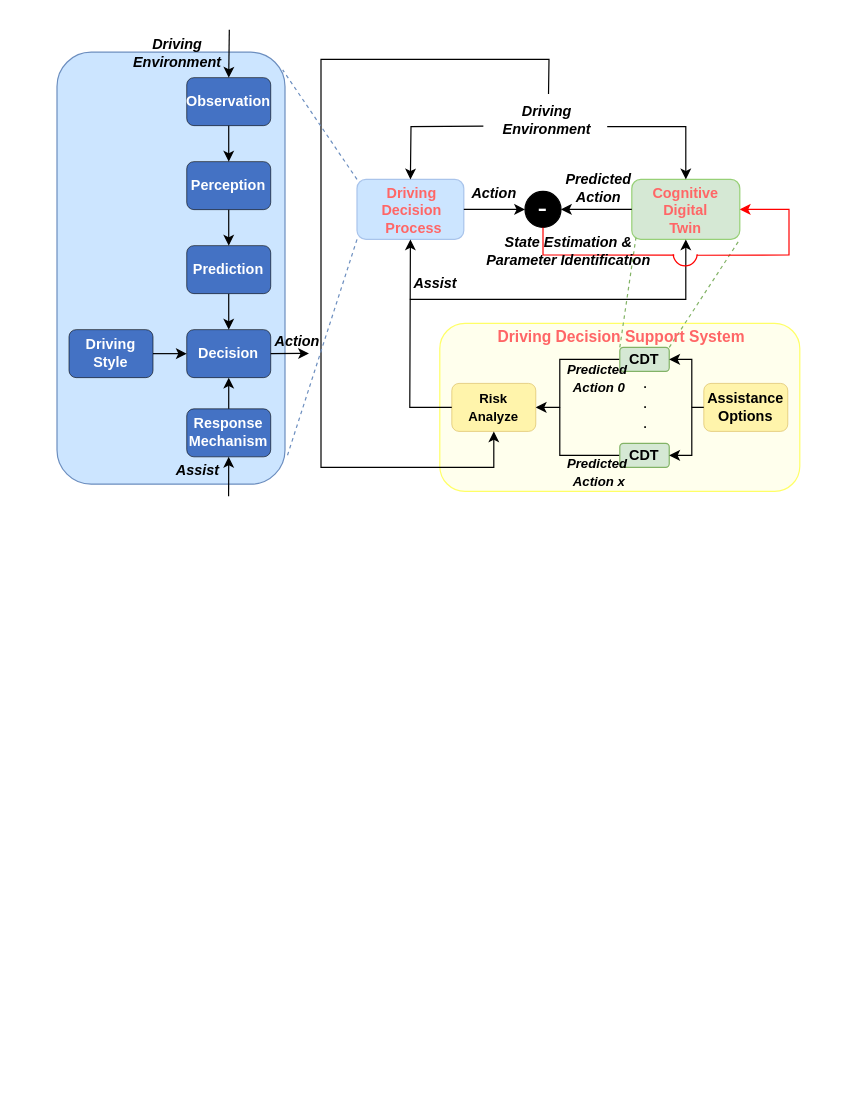
Earlier version of the draw.io diagram page "CDAS-O overview new" (6 of 12) of CDAS-O.drawio (SlidingEagle/draw.io). Source tidied: cells renumbered, new cells numbered last; positions are measured from the earlier drawing's top-left corner, leaving out a move shared by most shapes. Both pictures are drawn from the tidied source at 120%, with x=0, y=0 at pixel (56, 29).
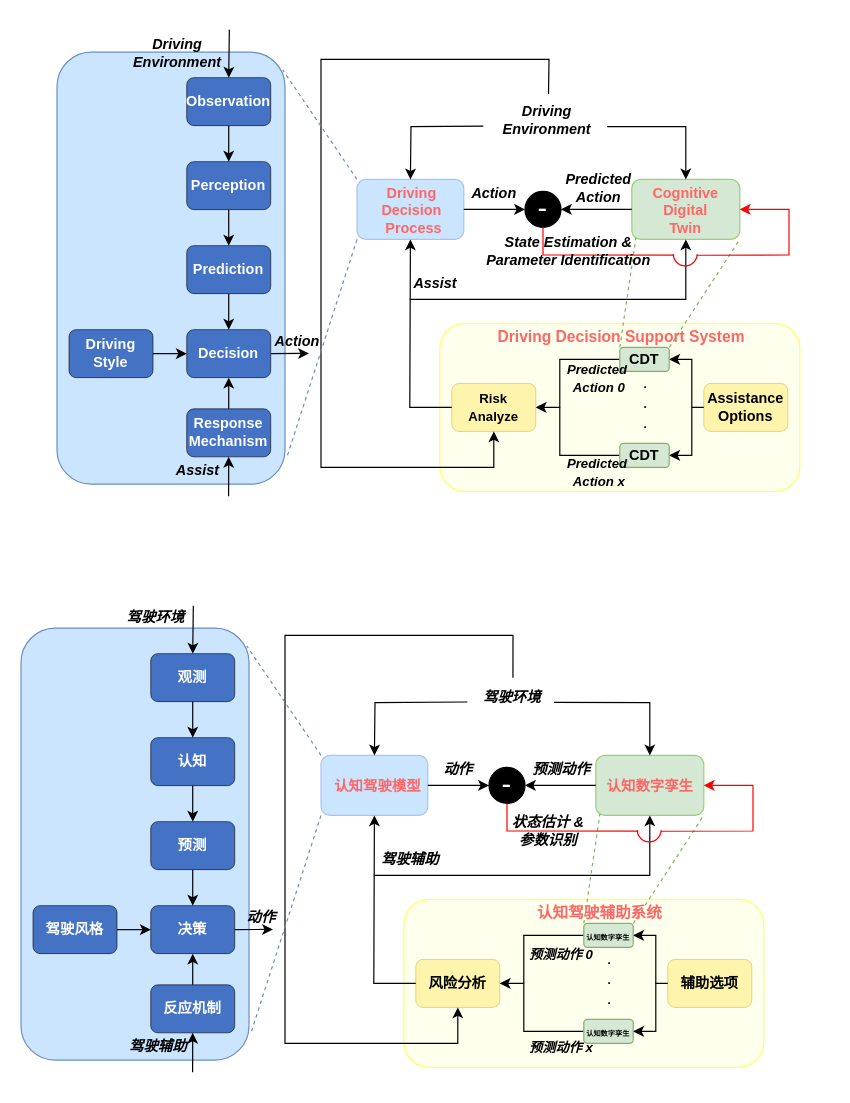
After the change.

What changed in the source:
```diff
@@
+    <mxCell id="57" style="rounded=1;whiteSpace=wrap;html=1;fillColor=#CCE5FF;strokeColor=#A9C4EB;" parent="1" vertex="1">
+      <mxGeometry x="220" y="605" width="89" height="50" as="geometry" />
+    </mxCell>
+    <mxCell id="58" style="rounded=1;whiteSpace=wrap;html=1;fillColor=#d5e8d4;strokeColor=#97D077;" parent="1" vertex="1">
+      <mxGeometry x="449" y="605" width="90" height="50" as="geometry" />
+    </mxCell>
+    <mxCell id="59" style="endArrow=classic;html=1;rounded=0;exitX=1;exitY=0.5;exitDx=0;exitDy=0;entryX=0;entryY=0.5;entryDx=0;entryDy=0;" parent="1" edge="1" source="57" target="60">
+      <mxGeometry relative="1" as="geometry" />
+    </mxCell>
+    <mxCell id="60" value="&lt;font color=&quot;#ffffff&quot; style=&quot;font-size: 24px;&quot;&gt;-&lt;/font&gt;" style="ellipse;whiteSpace=wrap;html=1;strokeColor=#000000;fillColor=#000000;" parent="1" vertex="1">
+      <mxGeometry x="360" y="615" width="30" height="30" as="geometry" />
+    </mxCell>
+    <mxCell id="61" style="rounded=1;whiteSpace=wrap;html=1;fillColor=#FFFFED;strokeColor=#FFFF66;" parent="1" vertex="1">
+      <mxGeometry x="289" y="725" width="300" height="140" as="geometry" />
+    </mxCell>
+    <mxCell id="62" value="&lt;b style=&quot;&quot;&gt;&lt;font style=&quot;font-size: 12px;&quot;&gt;风险分析&lt;/font&gt;&lt;/b&gt;" style="rounded=1;whiteSpace=wrap;html=1;fillColor=#FFF4AB;strokeWidth=0.5;strokeColor=#d6b656;" parent="1" vertex="1">
+      <mxGeometry x="299" y="775" width="70" height="40" as="geometry" />
+    </mxCell>
+    <mxCell id="63" style="endArrow=none;dashed=1;html=1;rounded=0;exitX=0;exitY=0;exitDx=0;exitDy=0;entryX=0.038;entryY=0.975;entryDx=0;entryDy=0;entryPerimeter=0;fillColor=#d5e8d4;strokeColor=#82b366;" parent="1" edge="1" source="72" target="58">
+      <mxGeometry relative="1" as="geometry" />
+    </mxCell>
+    <mxCell id="64" style="endArrow=none;dashed=1;html=1;rounded=0;exitX=1;exitY=0;exitDx=0;exitDy=0;fillColor=#d5e8d4;strokeColor=#82b366;entryX=1;entryY=1;entryDx=0;entryDy=0;" parent="1" edge="1" source="72" target="58">
+      <mxGeometry relative="1" as="geometry" />
+    </mxCell>
+    <mxCell id="65" value="&lt;font style=&quot;font-size: 14px;&quot;&gt;.&lt;br&gt;.&lt;br&gt;.&lt;/font&gt;" style="text;html=1;align=center;verticalAlign=middle;strokeColor=none;fillColor=none;" parent="1" vertex="1">
+      <mxGeometry x="445.2" y="761" width="30" height="60" as="geometry" />
+    </mxCell>
+    <mxCell id="66" style="endArrow=none;html=1;rounded=0;entryX=0;entryY=0.5;entryDx=0;entryDy=0;" parent="1" edge="1" target="73">
+      <mxGeometry relative="1" as="geometry">
+        <mxPoint x="389" y="795" as="sourcePoint" />
+        <Array as="points">
+          <mxPoint x="389" y="835" />
+        </Array>
+      </mxGeometry>
+    </mxCell>
+    <mxCell id="67" style="endArrow=classic;html=1;rounded=0;entryX=0.5;entryY=1;entryDx=0;entryDy=0;exitX=0;exitY=0.5;exitDx=0;exitDy=0;" parent="1" edge="1" source="62" target="57">
+      <mxGeometry relative="1" as="geometry">
+        <Array as="points">
+          <mxPoint x="264" y="795" />
+        </Array>
+      </mxGeometry>
+    </mxCell>
+    <mxCell id="68" style="endArrow=classic;html=1;rounded=0;entryX=1;entryY=0.5;entryDx=0;entryDy=0;exitX=0;exitY=0.5;exitDx=0;exitDy=0;" parent="1" edge="1" source="72" target="62">
+      <mxGeometry relative="1" as="geometry">
+        <Array as="points">
+          <mxPoint x="389" y="755" />
+          <mxPoint x="389" y="795" />
+        </Array>
+      </mxGeometry>
+    </mxCell>
+    <mxCell id="69" value="&lt;i&gt;&lt;b&gt;驾驶辅助&lt;/b&gt;&lt;/i&gt;" style="text;html=1;align=center;verticalAlign=middle;strokeColor=none;fillColor=none;" parent="1" vertex="1">
+      <mxGeometry x="259" y="677" width="70" height="30" as="geometry" />
+    </mxCell>
+    <mxCell id="70" value="&lt;i&gt;&lt;b&gt;动作&lt;/b&gt;&lt;/i&gt;" style="text;html=1;align=center;verticalAlign=middle;strokeColor=none;fillColor=none;" parent="1" vertex="1">
+      <mxGeometry x="309" y="602" width="50" height="30" as="geometry" />
+    </mxCell>
+    <mxCell id="71" value="&lt;b&gt;&lt;i&gt;预测动作&lt;/i&gt;&lt;/b&gt;" style="text;html=1;align=center;verticalAlign=middle;strokeColor=none;fillColor=none;" parent="1" vertex="1">
+      <mxGeometry x="385" y="602" width="70" height="30" as="geometry" />
+    </mxCell>
+    <mxCell id="72" value="&lt;b&gt;&lt;font style=&quot;font-size: 6px;&quot;&gt;认知数字孪生&lt;/font&gt;&lt;/b&gt;" style="rounded=1;whiteSpace=wrap;html=1;fillColor=#d5e8d4;strokeColor=#82b366;" parent="1" vertex="1">
+      <mxGeometry x="439" y="745" width="41.2" height="20" as="geometry" />
+    </mxCell>
+    <mxCell id="73" value="&lt;b&gt;&lt;font style=&quot;font-size: 6px;&quot;&gt;认知数字孪生&lt;/font&gt;&lt;/b&gt;" style="rounded=1;whiteSpace=wrap;html=1;fillColor=#d5e8d4;strokeColor=#82b366;" parent="1" vertex="1">
+      <mxGeometry x="439" y="825" width="41.2" height="20" as="geometry" />
+    </mxCell>
+    <mxCell id="74" value="&lt;font color=&quot;#ff6666&quot;&gt;&lt;b&gt;认知驾驶模型&lt;/b&gt;&lt;/font&gt;" style="text;html=1;align=center;verticalAlign=middle;whiteSpace=wrap;rounded=0;" parent="1" vertex="1">
+      <mxGeometry x="230" y="612.8" width="75" height="36.5" as="geometry" />
+    </mxCell>
+    <mxCell id="75" value="&lt;font color=&quot;#ff6666&quot;&gt;&lt;b&gt;认知数字孪生&lt;/b&gt;&lt;/font&gt;" style="text;html=1;align=center;verticalAlign=middle;whiteSpace=wrap;rounded=0;" parent="1" vertex="1">
+      <mxGeometry x="455" y="615.8" width="78.7" height="30.5" as="geometry" />
+    </mxCell>
+    <mxCell id="76" value="&lt;i style=&quot;font-size: 11px;&quot;&gt;&lt;b&gt;预测动作 0&lt;/b&gt;&lt;/i&gt;" style="text;html=1;align=center;verticalAlign=middle;strokeColor=none;fillColor=none;" parent="1" vertex="1">
+      <mxGeometry x="380" y="756" width="80" height="30" as="geometry" />
+    </mxCell>
+    <mxCell id="77" value="&lt;i style=&quot;font-size: 11px;&quot;&gt;&lt;b&gt;预测动作 x&lt;/b&gt;&lt;/i&gt;" style="text;html=1;align=center;verticalAlign=middle;strokeColor=none;fillColor=none;" parent="1" vertex="1">
+      <mxGeometry x="380" y="834" width="80" height="30" as="geometry" />
+    </mxCell>
+    <mxCell id="78" value="&lt;b&gt;辅助选项&lt;/b&gt;" style="rounded=1;whiteSpace=wrap;html=1;fillColor=#FFF4AB;strokeWidth=0.5;strokeColor=#d6b656;" parent="1" vertex="1">
+      <mxGeometry x="509" y="775" width="70" height="40" as="geometry" />
+    </mxCell>
+    <mxCell id="79" style="endArrow=classic;html=1;rounded=0;exitX=0;exitY=0.5;exitDx=0;exitDy=0;entryX=1;entryY=0.5;entryDx=0;entryDy=0;" parent="1" edge="1" source="78" target="73">
+      <mxGeometry relative="1" as="geometry">
+        <Array as="points">
+          <mxPoint x="499" y="795" />
+          <mxPoint x="499" y="835" />
+          <mxPoint x="489" y="835" />
+        </Array>
+      </mxGeometry>
+    </mxCell>
+    <mxCell id="80" style="endArrow=classic;html=1;rounded=0;entryX=1;entryY=0.5;entryDx=0;entryDy=0;" parent="1" edge="1" target="72">
+      <mxGeometry relative="1" as="geometry">
+        <mxPoint x="499" y="795" as="sourcePoint" />
+        <Array as="points">
+          <mxPoint x="499" y="755" />
+        </Array>
+      </mxGeometry>
+    </mxCell>
+    <mxCell id="81" value="&lt;b&gt;&lt;i&gt;驾驶环境&lt;/i&gt;&lt;/b&gt;" style="text;html=1;align=center;verticalAlign=middle;points=[];strokeColor=none;fillColor=none;" parent="1" vertex="1">
+      <mxGeometry x="343.5" y="542" width="70" height="30" as="geometry" />
+    </mxCell>
+    <mxCell id="82" style="endArrow=classic;html=1;rounded=0;exitX=0;exitY=0.5;exitDx=0;exitDy=0;entryX=1;entryY=0.5;entryDx=0;entryDy=0;" parent="1" edge="1" source="58" target="60">
+      <mxGeometry relative="1" as="geometry" />
+    </mxCell>
+    <mxCell id="83" style="endArrow=classic;html=1;rounded=0;entryX=0.5;entryY=0;entryDx=0;entryDy=0;exitX=1.01;exitY=0.627;exitDx=0;exitDy=0;exitPerimeter=0;" parent="1" edge="1" source="81" target="58">
+      <mxGeometry relative="1" as="geometry">
+        <Array as="points">
+          <mxPoint x="494" y="561" />
+        </Array>
+      </mxGeometry>
+    </mxCell>
+    <mxCell id="84" style="endArrow=classic;html=1;rounded=0;entryX=0.5;entryY=0;entryDx=0;entryDy=0;exitX=-0.022;exitY=0.617;exitDx=0;exitDy=0;exitPerimeter=0;" parent="1" edge="1" source="81" target="57">
+      <mxGeometry relative="1" as="geometry">
+        <Array as="points">
+          <mxPoint x="265" y="561" />
+        </Array>
+      </mxGeometry>
+    </mxCell>
+    <mxCell id="85" style="endArrow=classic;html=1;rounded=0;entryX=0.5;entryY=1;entryDx=0;entryDy=0;" parent="1" edge="1" target="58">
+      <mxGeometry relative="1" as="geometry">
+        <mxPoint x="264" y="705" as="sourcePoint" />
+        <Array as="points">
+          <mxPoint x="494" y="705" />
+        </Array>
+      </mxGeometry>
+    </mxCell>
+    <mxCell id="86" style="endArrow=classic;html=1;rounded=0;entryX=0.5;entryY=1;entryDx=0;entryDy=0;exitX=0.521;exitY=-0.055;exitDx=0;exitDy=0;exitPerimeter=0;" parent="1" edge="1" source="81" target="62">
+      <mxGeometry relative="1" as="geometry">
+        <Array as="points">
+          <mxPoint x="380" y="505" />
+          <mxPoint x="190" y="505" />
+          <mxPoint x="190" y="845" />
+          <mxPoint x="334" y="845" />
+        </Array>
+      </mxGeometry>
+    </mxCell>
+    <mxCell id="87" value="&lt;font color=&quot;#ff6666&quot;&gt;&lt;span style=&quot;font-size: 13px;&quot;&gt;&lt;b&gt;认知驾驶辅助系统&lt;/b&gt;&lt;/span&gt;&lt;/font&gt;" style="text;html=1;align=center;verticalAlign=middle;whiteSpace=wrap;rounded=0;" parent="1" vertex="1">
+      <mxGeometry x="280" y="721" width="345" height="30" as="geometry" />
+    </mxCell>
+    <mxCell id="88" style="verticalLabelPosition=bottom;verticalAlign=top;html=1;shape=mxgraph.basic.arc;startAngle=0.25636280567399594;endAngle=0.7436371943260041;strokeColor=#FF0000;" parent="1" vertex="1">
+      <mxGeometry x="483.5" y="657" width="20" height="20" as="geometry" />
+    </mxCell>
+    <mxCell id="89" style="endArrow=none;html=1;rounded=0;entryX=0.5;entryY=1;entryDx=0;entryDy=0;strokeColor=#FF0000;exitX=0.045;exitY=0.557;exitDx=0;exitDy=0;exitPerimeter=0;" parent="1" edge="1" source="88" target="60">
+      <mxGeometry relative="1" as="geometry">
+        <Array as="points">
+          <mxPoint x="375" y="668" />
+        </Array>
+      </mxGeometry>
+    </mxCell>
+    <mxCell id="90" style="endArrow=classic;html=1;rounded=0;strokeColor=#FF0000;exitX=0.975;exitY=0.56;exitDx=0;exitDy=0;exitPerimeter=0;entryX=1;entryY=0.5;entryDx=0;entryDy=0;" parent="1" edge="1" source="88" target="58">
+      <mxGeometry relative="1" as="geometry">
+        <Array as="points">
+          <mxPoint x="580" y="668" />
+          <mxPoint x="580" y="630" />
+        </Array>
+      </mxGeometry>
+    </mxCell>
+    <mxCell id="91" style="rounded=1;whiteSpace=wrap;html=1;fillColor=#CCE5FF;strokeColor=#6c8ebf;" parent="1" vertex="1">
+      <mxGeometry x="-30" y="499" width="190" height="360" as="geometry" />
+    </mxCell>
+    <mxCell id="92" value="&lt;font color=&quot;#ffffff&quot;&gt;&lt;b&gt;观测&lt;/b&gt;&lt;/font&gt;" style="rounded=1;whiteSpace=wrap;html=1;fillColor=#4472C4;strokeWidth=0.5;" parent="1" vertex="1">
+      <mxGeometry x="78.1" y="520.2" width="70" height="40" as="geometry" />
+    </mxCell>
+    <mxCell id="93" value="&lt;font color=&quot;#ffffff&quot;&gt;&lt;b&gt;认知&lt;/b&gt;&lt;/font&gt;" style="rounded=1;whiteSpace=wrap;html=1;fillColor=#4472C4;strokeWidth=0.5;" parent="1" vertex="1">
+      <mxGeometry x="78.1" y="590.2" width="70" height="40" as="geometry" />
+    </mxCell>
+    <mxCell id="94" style="endArrow=classic;html=1;rounded=0;exitX=0.5;exitY=1;exitDx=0;exitDy=0;entryX=0.5;entryY=0;entryDx=0;entryDy=0;" parent="1" edge="1" source="92" target="93">
+      <mxGeometry relative="1" as="geometry" />
+    </mxCell>
+    <mxCell id="95" value="&lt;font color=&quot;#ffffff&quot;&gt;&lt;b&gt;驾驶风格&lt;/b&gt;&lt;/font&gt;" style="rounded=1;whiteSpace=wrap;html=1;fillColor=#4472C4;strokeWidth=0.5;" parent="1" vertex="1">
+      <mxGeometry x="-20" y="730.2" width="70" height="40" as="geometry" />
+    </mxCell>
+    <mxCell id="96" style="endArrow=none;dashed=1;html=1;rounded=0;exitX=0;exitY=1;exitDx=0;exitDy=0;fillColor=#dae8fc;strokeColor=#6c8ebf;entryX=1.011;entryY=0.933;entryDx=0;entryDy=0;entryPerimeter=0;" parent="1" edge="1" source="57" target="91">
+      <mxGeometry relative="1" as="geometry" />
+    </mxCell>
+    <mxCell id="97" style="endArrow=none;dashed=1;html=1;rounded=0;exitX=0;exitY=0;exitDx=0;exitDy=0;fillColor=#dae8fc;strokeColor=#6c8ebf;entryX=0.99;entryY=0.041;entryDx=0;entryDy=0;entryPerimeter=0;" parent="1" edge="1" source="57" target="91">
+      <mxGeometry relative="1" as="geometry" />
+    </mxCell>
+    <mxCell id="98" value="&lt;b&gt;&lt;i&gt;状态估计 &amp;amp;&lt;/i&gt;&lt;/b&gt;&lt;div&gt;&lt;b&gt;&lt;i&gt;参数识别&lt;/i&gt;&lt;/b&gt;&lt;/div&gt;" style="text;html=1;align=center;verticalAlign=middle;strokeColor=none;fillColor=none;" parent="1" vertex="1">
+      <mxGeometry x="369" y="648" width="80" height="40" as="geometry" />
+    </mxCell>
+    <mxCell id="99" value="&lt;b&gt;&lt;i&gt;驾驶环境&lt;/i&gt;&lt;/b&gt;" style="text;html=1;align=center;verticalAlign=middle;strokeColor=none;fillColor=none;" parent="1" vertex="1">
+      <mxGeometry x="47" y="475" width="70" height="30" as="geometry" />
+    </mxCell>
+    <mxCell id="100" value="&lt;i&gt;&lt;b&gt;动作&lt;/b&gt;&lt;/i&gt;" style="text;html=1;align=center;verticalAlign=middle;strokeColor=none;fillColor=none;" parent="1" vertex="1">
+      <mxGeometry x="145" y="725" width="50" height="30" as="geometry" />
+    </mxCell>
+    <mxCell id="101" style="endArrow=classic;html=1;rounded=0;entryX=0.5;entryY=0;entryDx=0;entryDy=0;" parent="1" edge="1" target="92">
+      <mxGeometry relative="1" as="geometry">
+        <mxPoint x="113.6" y="480.2" as="sourcePoint" />
+      </mxGeometry>
+    </mxCell>
+    <mxCell id="102" value="&lt;font color=&quot;#ffffff&quot;&gt;&lt;b&gt;决策&lt;/b&gt;&lt;/font&gt;" style="rounded=1;whiteSpace=wrap;html=1;fillColor=#4472C4;strokeWidth=0.5;" parent="1" vertex="1">
+      <mxGeometry x="78.1" y="730.2" width="70" height="40" as="geometry" />
+    </mxCell>
+    <mxCell id="103" style="endArrow=classic;html=1;rounded=0;entryX=0.5;entryY=0;entryDx=0;entryDy=0;exitX=0.5;exitY=1;exitDx=0;exitDy=0;" parent="1" edge="1" source="110" target="102">
+      <mxGeometry relative="1" as="geometry" />
+    </mxCell>
+    <mxCell id="104" value="&lt;font color=&quot;#ffffff&quot;&gt;&lt;b&gt;反应机制&lt;/b&gt;&lt;/font&gt;" style="rounded=1;whiteSpace=wrap;html=1;fillColor=#4472C4;strokeWidth=0.5;" parent="1" vertex="1">
+      <mxGeometry x="78.1" y="796.2" width="70" height="40" as="geometry" />
+    </mxCell>
+    <mxCell id="105" style="endArrow=classic;html=1;rounded=0;exitX=1;exitY=0.5;exitDx=0;exitDy=0;" parent="1" edge="1" source="102">
+      <mxGeometry relative="1" as="geometry">
+        <mxPoint x="180" y="750" as="targetPoint" />
+      </mxGeometry>
+    </mxCell>
+    <mxCell id="106" value="&lt;b&gt;&lt;i&gt;驾驶辅助&lt;/i&gt;&lt;/b&gt;" style="text;html=1;align=center;verticalAlign=middle;strokeColor=none;fillColor=none;" parent="1" vertex="1">
+      <mxGeometry x="49" y="833" width="70" height="30" as="geometry" />
+    </mxCell>
+    <mxCell id="107" style="endArrow=classic;html=1;rounded=0;entryX=0.5;entryY=1;entryDx=0;entryDy=0;" parent="1" edge="1" source="104" target="102">
+      <mxGeometry relative="1" as="geometry" />
+    </mxCell>
+    <mxCell id="108" style="endArrow=classic;html=1;rounded=0;exitX=1;exitY=0.5;exitDx=0;exitDy=0;" parent="1" edge="1" source="95" target="102">
+      <mxGeometry relative="1" as="geometry" />
+    </mxCell>
+    <mxCell id="109" style="endArrow=classic;html=1;rounded=0;entryX=0.5;entryY=1;entryDx=0;entryDy=0;" parent="1" edge="1" target="104">
+      <mxGeometry relative="1" as="geometry">
+        <mxPoint x="113" y="869" as="sourcePoint" />
+      </mxGeometry>
+    </mxCell>
+    <mxCell id="110" value="&lt;font color=&quot;#ffffff&quot;&gt;&lt;b&gt;预测&lt;/b&gt;&lt;/font&gt;" style="rounded=1;whiteSpace=wrap;html=1;fillColor=#4472C4;strokeWidth=0.5;" parent="1" vertex="1">
+      <mxGeometry x="78.1" y="660.2" width="70" height="40" as="geometry" />
+    </mxCell>
+    <mxCell id="111" style="endArrow=classic;html=1;rounded=0;exitX=0.5;exitY=1;exitDx=0;exitDy=0;entryX=0.5;entryY=0;entryDx=0;entryDy=0;" parent="1" edge="1" source="93" target="110">
+      <mxGeometry relative="1" as="geometry" />
+    </mxCell>
```
